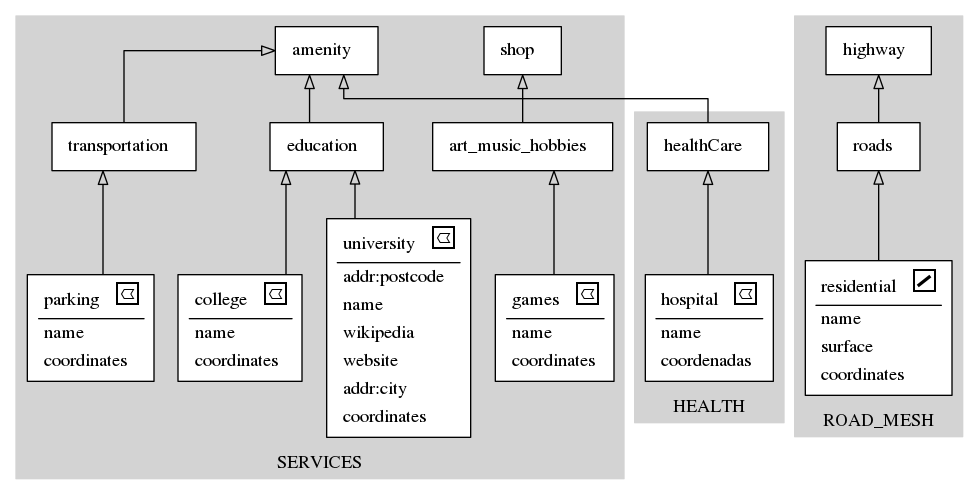
Before: schema.gv.png, a diagram exported from Graphviz (vinisperandio/OSM2Diagram_optmizated). Its source is kept beside it as schema.gv.
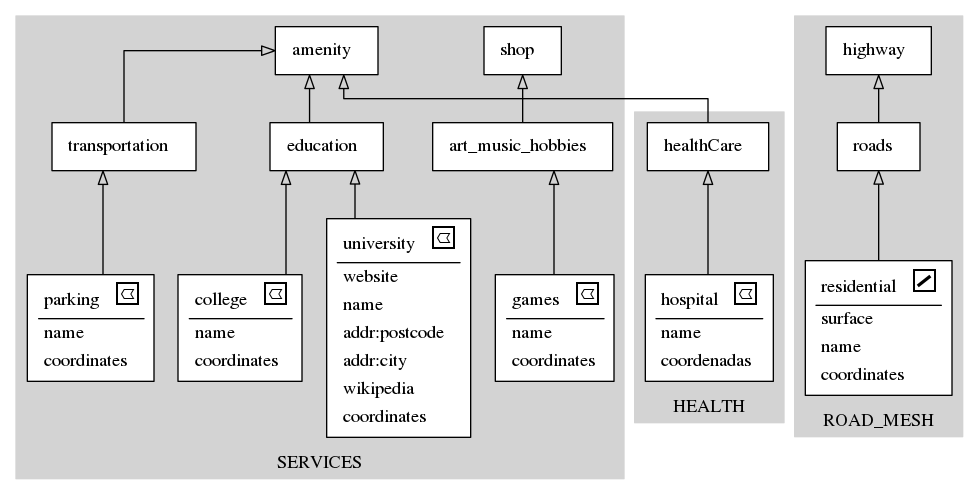
Above is the later version.

The edit, as a diff of the source:
```diff
@@ -32,19 +32,19 @@
 			</TR>
 			<hr/>
 			<TR>
-				<TD align="left">addr:postcode</TD>
+				<TD align="left">website</TD>
 			 </TR>
 			<TR>
 				<TD align="left">name</TD>
 			 </TR>
 			<TR>
-				<TD align="left">wikipedia</TD>
-			 </TR>
-			<TR>
-				<TD align="left">website</TD>
+				<TD align="left">addr:postcode</TD>
 			 </TR>
 			<TR>
 				<TD align="left">addr:city</TD>
+			 </TR>
+			<TR>
+				<TD align="left">wikipedia</TD>
 			 </TR>
 			<TR>
 				<TD align="left">coordinates</TD>
@@ -140,10 +140,10 @@
 			</TR>
 			<hr/>
 			<TR>
-				<TD align="left">name</TD>
+				<TD align="left">surface</TD>
 			 </TR>
 			<TR>
-				<TD align="left">surface</TD>
+				<TD align="left">name</TD>
 			 </TR>
 			<TR>
 				<TD align="left">coordinates</TD>
@@ -162,17 +162,17 @@
 			</TR>
 			</TABLE>>]
 	}
+		8 -> 3[arrowhead=onormal]
+		10 -> 3[arrowhead=onormal]
+		5 -> 8[arrowhead=onormal]
+		7 -> 3[arrowhead=onormal]
+		0 -> 6[arrowhead=onormal]
+		4 -> 7[arrowhead=onormal]
+		11 -> 13[arrowhead=onormal]
+		13 -> 12[arrowhead=onormal]
 		2 -> 7[arrowhead=onormal]
-		5 -> 8[arrowhead=onormal]
-		11 -> 13[arrowhead=onormal]
 		9 -> 10[arrowhead=onormal]
 		6 -> 1[arrowhead=onormal]
-		8 -> 3[arrowhead=onormal]
-		7 -> 3[arrowhead=onormal]
-		10 -> 3[arrowhead=onormal]
-		13 -> 12[arrowhead=onormal]
-		4 -> 7[arrowhead=onormal]
-		0 -> 6[arrowhead=onormal]
 	rankdir=BT
 	splines=ortho
 }
```
